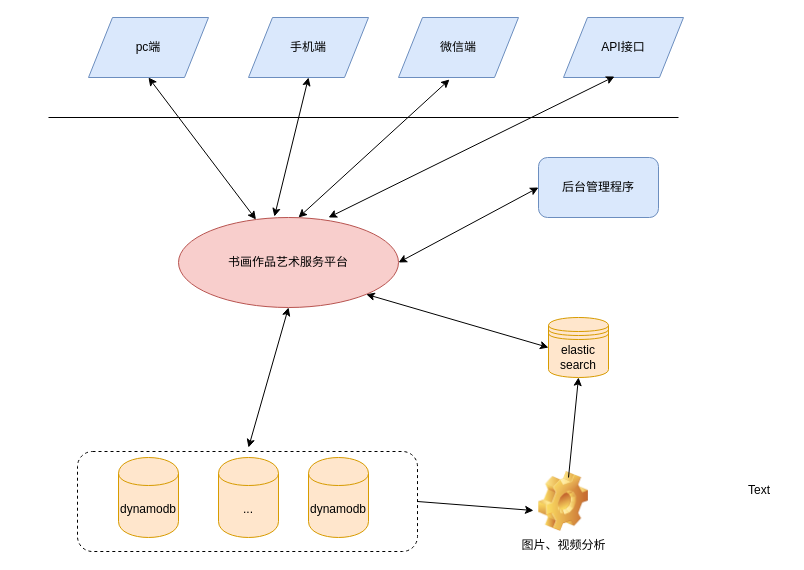
Above: 文化项目架构图.drawio in frankyzf/drawio (draw.io), before the change. Source tidied: cells renumbered, new cells numbered last; positions are measured from the earlier drawing's top-left corner, leaving out a move shared by most shapes. Both pictures are drawn from the tidied source at 100%, with x=0, y=0 at pixel (48, 17).
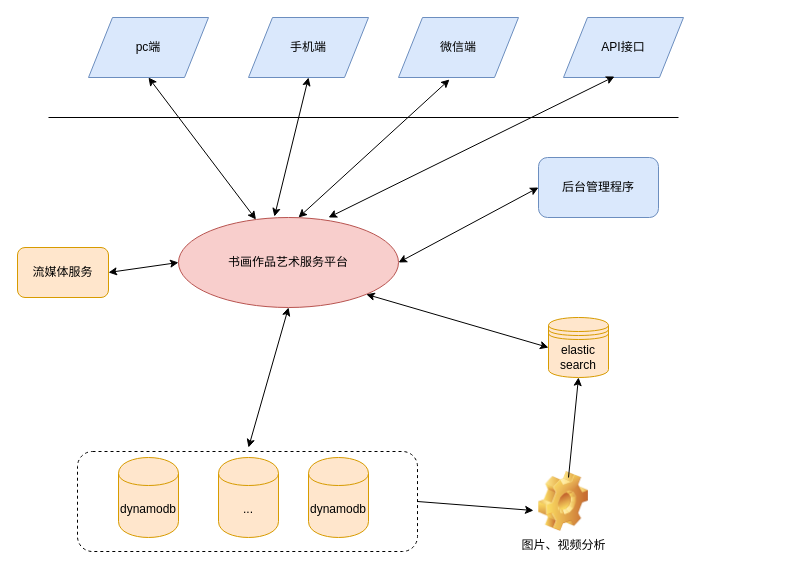
Above is the later version.

Commit message:
Update 文化项目架构图.drawio

The change refers to these unchanged cells:
```xml
<mxCell id="3" value="书画作品艺术服务平台" style="ellipse;whiteSpace=wrap;html=1;fillColor=#f8cecc;strokeColor=#b85450;" parent="1" vertex="1">
  <mxGeometry x="130" y="200" width="220" height="90" as="geometry" />
</mxCell>
```

Diff of the diagram source:
```diff
@@
-    <mxCell id="24" value="Text" style="text;html=1;align=left;verticalAlign=top;spacingTop=-4;" parent="1" vertex="1">
-      <mxGeometry x="698" y="463" width="40" height="20" as="geometry" />
-    </mxCell>
+    <mxCell id="25" value="流媒体服务" style="rounded=1;whiteSpace=wrap;html=1;fillColor=#ffe6cc;strokeColor=#d79b00;" parent="1" vertex="1">
+      <mxGeometry x="-31" y="230" width="91" height="50" as="geometry" />
+    </mxCell>
+    <mxCell id="26" style="endArrow=classic;startArrow=classic;html=1;entryX=0;entryY=0.5;entryDx=0;entryDy=0;exitX=1;exitY=0.5;exitDx=0;exitDy=0;" parent="1" edge="1" source="25" target="3">
+      <mxGeometry relative="1" as="geometry" />
+    </mxCell>
```
